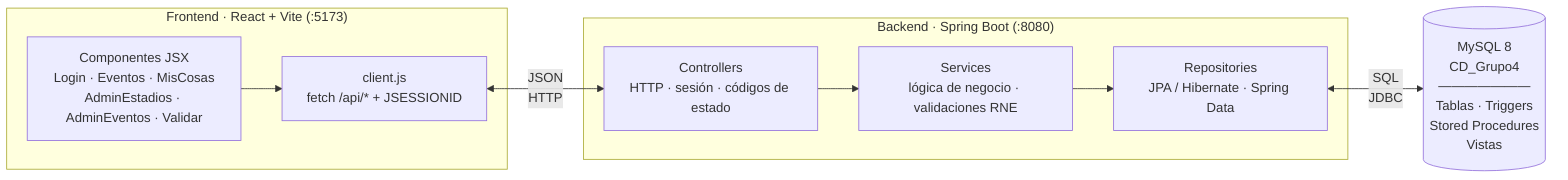
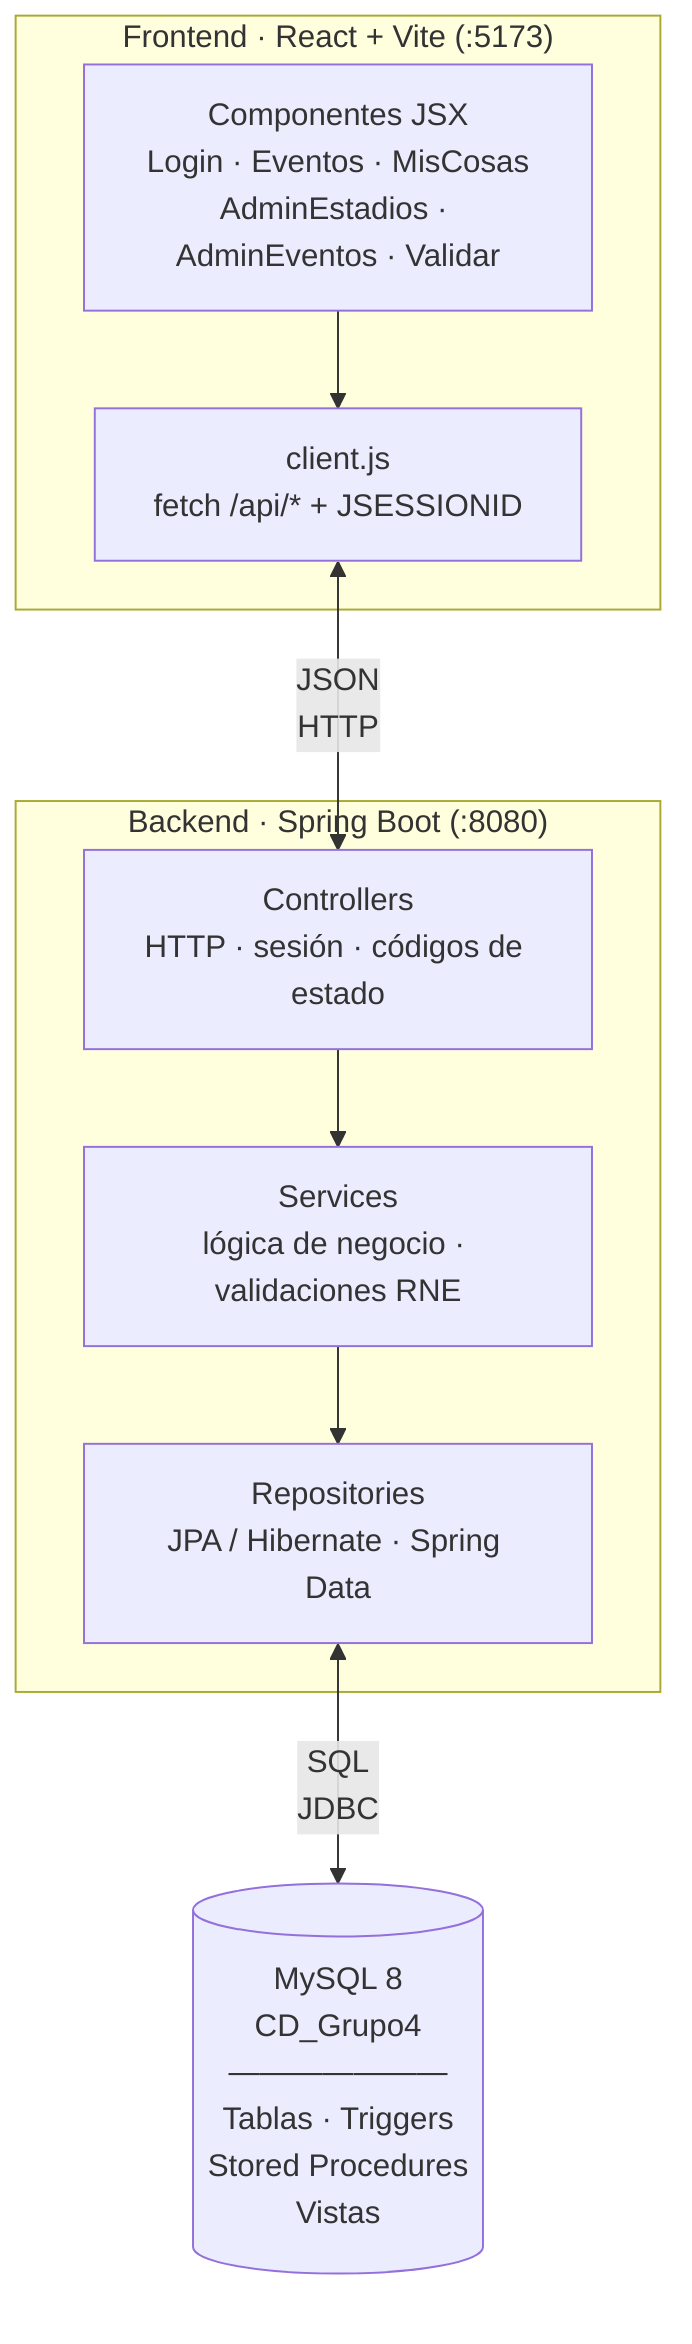
- graph LR
+ graph TB
    subgraph FE ["Frontend  ·  React + Vite  (:5173)"]
        UI["Componentes JSX\nLogin · Eventos · MisCosas\nAdminEstadios · AdminEventos · Validar"]
        CL["client.js\nfetch /api/* + JSESSIONID"]
        UI --> CL
    end

    subgraph BE ["Backend  ·  Spring Boot  (:8080)"]
        CTR["Controllers\nHTTP · sesión · códigos de estado"]
        SVC["Services\nlógica de negocio · validaciones RNE"]
        REP["Repositories\nJPA / Hibernate · Spring Data"]
        CTR --> SVC --> REP
    end

    DB[("MySQL 8\nCD_Grupo4\n―――――――\nTablas · Triggers\nStored Procedures\nVistas")]

    CL <-->|"JSON\nHTTP"| CTR
    REP <-->|"SQL\nJDBC"| DB
